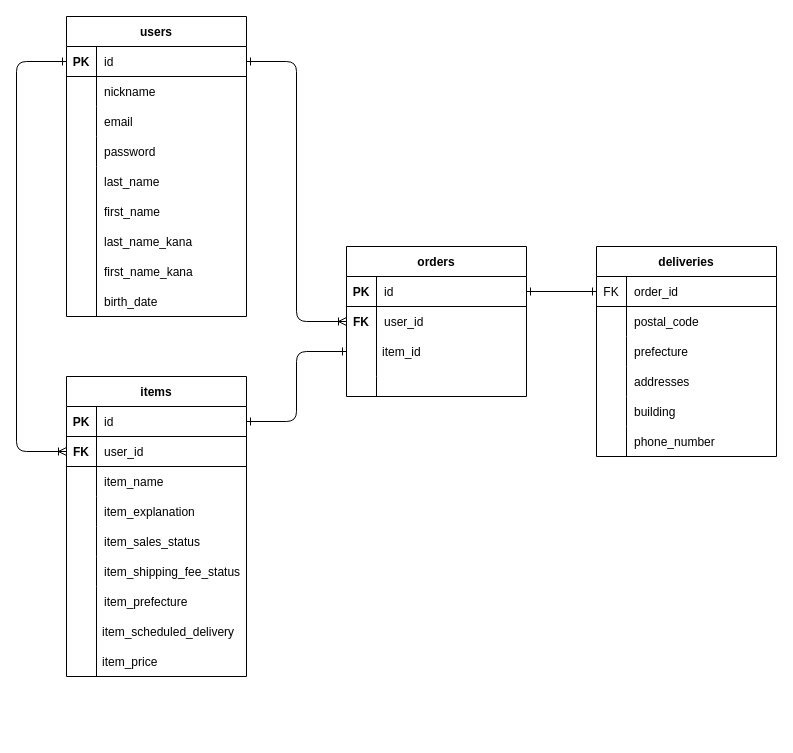
Earlier version of the draw.io diagram furima-40150.dio (Kinoken0413/furima-40150). Source tidied: cells renumbered, new cells numbered last; positions are measured from the earlier drawing's top-left corner, leaving out a move shared by most shapes. Both pictures are drawn from the tidied source at 100%, with x=0, y=0 at pixel (16, 16).
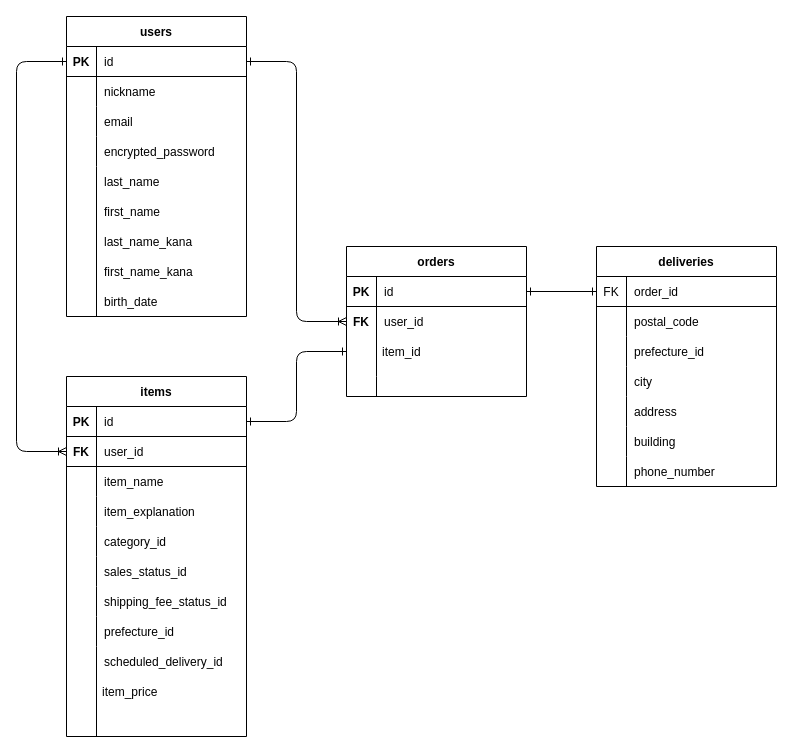
The same page after the edit.

The change refers to these unchanged cells:
```xml
<mxCell id="12" style="shape=tableRow;horizontal=0;startSize=0;swimlaneHead=0;swimlaneBody=0;fillColor=none;top=0;left=0;right=0;bottom=0;" parent="2" vertex="1">
  <mxGeometry y="120" width="180" height="30" as="geometry" />
</mxCell>
<mxCell id="50" style="shape=tableRow;horizontal=0;startSize=0;swimlaneHead=0;swimlaneBody=0;fillColor=none;top=0;left=0;right=0;bottom=0;" parent="43" vertex="1">
  <mxGeometry y="90" width="180" height="30" as="geometry" />
</mxCell>
```

What changed in the source:
```diff
@@
-    <mxCell id="14" value="password" style="shape=partialRectangle;fillColor=none;top=0;left=0;bottom=0;right=0;align=left;spacingLeft=6;overflow=hidden;" parent="12" vertex="1">
+    <mxCell id="14" value="encrypted_password" style="shape=partialRectangle;fillColor=none;top=0;left=0;bottom=0;right=0;align=left;spacingLeft=6;overflow=hidden;" parent="12" vertex="1">
       <mxGeometry x="30" width="150" height="30" as="geometry" />
     </mxCell>
@@
     <mxCell id="18" value="items" style="shape=table;startSize=30;childLayout=tableLayout;rowLines=0;fontStyle=1;align=center;" parent="1" vertex="1">
-      <mxGeometry x="50" y="360" width="180" height="300" as="geometry" />
+      <mxGeometry x="50" y="360" width="180" height="360" as="geometry" />
     </mxCell>
@@
+    <mxCell id="95" style="shape=tableRow;horizontal=0;startSize=0;swimlaneHead=0;swimlaneBody=0;fillColor=none;top=0;left=0;right=0;bottom=0;" parent="18" vertex="1">
+      <mxGeometry y="150" width="180" height="30" as="geometry" />
+    </mxCell>
+    <mxCell id="96" style="shape=partialRectangle;fillColor=none;top=0;left=0;bottom=0;right=0;overflow=hidden;" parent="95" vertex="1">
+      <mxGeometry width="30" height="30" as="geometry" />
+    </mxCell>
+    <mxCell id="97" value="category_id" style="shape=partialRectangle;fillColor=none;top=0;left=0;bottom=0;right=0;align=left;spacingLeft=6;overflow=hidden;" parent="95" vertex="1">
+      <mxGeometry x="30" width="150" height="30" as="geometry" />
+    </mxCell>
     <mxCell id="31" style="shape=tableRow;horizontal=0;startSize=0;swimlaneHead=0;swimlaneBody=0;fillColor=none;top=0;left=0;right=0;bottom=0;" parent="18" vertex="1">
-      <mxGeometry y="150" width="180" height="30" as="geometry" />
+      <mxGeometry y="180" width="180" height="30" as="geometry" />
     </mxCell>
@@
-    <mxCell id="33" value="item_sales_status" style="shape=partialRectangle;fillColor=none;top=0;left=0;bottom=0;right=0;align=left;spacingLeft=6;overflow=hidden;" parent="31" vertex="1">
+    <mxCell id="33" value="sales_status_id" style="shape=partialRectangle;fillColor=none;top=0;left=0;bottom=0;right=0;align=left;spacingLeft=6;overflow=hidden;" parent="31" vertex="1">
       <mxGeometry x="30" width="150" height="30" as="geometry" />
     </mxCell>
     <mxCell id="34" style="shape=tableRow;horizontal=0;startSize=0;swimlaneHead=0;swimlaneBody=0;fillColor=none;top=0;left=0;right=0;bottom=0;" parent="18" vertex="1">
-      <mxGeometry y="180" width="180" height="30" as="geometry" />
+      <mxGeometry y="210" width="180" height="30" as="geometry" />
     </mxCell>
@@
-    <mxCell id="36" value="item_shipping_fee_status" style="shape=partialRectangle;fillColor=none;top=0;left=0;bottom=0;right=0;align=left;spacingLeft=6;overflow=hidden;" parent="34" vertex="1">
+    <mxCell id="36" value="shipping_fee_status_id" style="shape=partialRectangle;fillColor=none;top=0;left=0;bottom=0;right=0;align=left;spacingLeft=6;overflow=hidden;" parent="34" vertex="1">
       <mxGeometry x="30" width="150" height="30" as="geometry" />
     </mxCell>
     <mxCell id="37" style="shape=tableRow;horizontal=0;startSize=0;swimlaneHead=0;swimlaneBody=0;fillColor=none;top=0;left=0;right=0;bottom=0;" parent="18" vertex="1">
-      <mxGeometry y="210" width="180" height="30" as="geometry" />
+      <mxGeometry y="240" width="180" height="30" as="geometry" />
     </mxCell>
@@
-    <mxCell id="39" value="item_prefecture" style="shape=partialRectangle;fillColor=none;top=0;left=0;bottom=0;right=0;align=left;spacingLeft=6;overflow=hidden;" parent="37" vertex="1">
+    <mxCell id="39" value="prefecture_id" style="shape=partialRectangle;fillColor=none;top=0;left=0;bottom=0;right=0;align=left;spacingLeft=6;overflow=hidden;" parent="37" vertex="1">
       <mxGeometry x="30" width="150" height="30" as="geometry" />
     </mxCell>
+    <mxCell id="98" style="shape=tableRow;horizontal=0;startSize=0;swimlaneHead=0;swimlaneBody=0;fillColor=none;top=0;left=0;right=0;bottom=0;" parent="18" vertex="1">
+      <mxGeometry y="270" width="180" height="30" as="geometry" />
+    </mxCell>
+    <mxCell id="99" style="shape=partialRectangle;fillColor=none;top=0;left=0;bottom=0;right=0;overflow=hidden;" parent="98" vertex="1">
+      <mxGeometry width="30" height="30" as="geometry" />
+    </mxCell>
+    <mxCell id="100" value="scheduled_delivery_id" style="shape=partialRectangle;fillColor=none;top=0;left=0;bottom=0;right=0;align=left;spacingLeft=6;overflow=hidden;" parent="98" vertex="1">
+      <mxGeometry x="30" width="150" height="30" as="geometry" />
+    </mxCell>
     <mxCell id="40" style="shape=tableRow;horizontal=0;startSize=0;swimlaneHead=0;swimlaneBody=0;fillColor=none;top=0;left=0;right=0;bottom=0;" parent="18" vertex="1">
-      <mxGeometry y="240" width="180" height="60" as="geometry" />
+      <mxGeometry y="300" width="180" height="60" as="geometry" />
     </mxCell>
@@
     <mxCell id="43" value="deliveries" style="shape=table;startSize=30;childLayout=tableLayout;rowLines=0;fontStyle=1;align=center;" parent="1" vertex="1">
-      <mxGeometry x="580" y="230" width="180" height="210" as="geometry" />
+      <mxGeometry x="580" y="230" width="180" height="240" as="geometry" />
     </mxCell>
@@
-    <mxCell id="52" value="prefecture" style="shape=partialRectangle;fillColor=none;top=0;left=0;bottom=0;right=0;align=left;spacingLeft=6;overflow=hidden;" parent="50" vertex="1">
+    <mxCell id="52" value="prefecture_id" style="shape=partialRectangle;fillColor=none;top=0;left=0;bottom=0;right=0;align=left;spacingLeft=6;overflow=hidden;" parent="50" vertex="1">
       <mxGeometry x="30" width="150" height="30" as="geometry" />
     </mxCell>
+    <mxCell id="101" style="shape=tableRow;horizontal=0;startSize=0;swimlaneHead=0;swimlaneBody=0;fillColor=none;top=0;left=0;right=0;bottom=0;" parent="43" vertex="1">
+      <mxGeometry y="120" width="180" height="30" as="geometry" />
+    </mxCell>
+    <mxCell id="102" style="shape=partialRectangle;fillColor=none;top=0;left=0;bottom=0;right=0;overflow=hidden;" parent="101" vertex="1">
+      <mxGeometry width="30" height="30" as="geometry" />
+    </mxCell>
+    <mxCell id="103" value="city" style="shape=partialRectangle;fillColor=none;top=0;left=0;bottom=0;right=0;align=left;spacingLeft=6;overflow=hidden;" parent="101" vertex="1">
+      <mxGeometry x="30" width="150" height="30" as="geometry" />
+    </mxCell>
     <mxCell id="53" style="shape=tableRow;horizontal=0;startSize=0;swimlaneHead=0;swimlaneBody=0;fillColor=none;top=0;left=0;right=0;bottom=0;" parent="43" vertex="1">
-      <mxGeometry y="120" width="180" height="30" as="geometry" />
+      <mxGeometry y="150" width="180" height="30" as="geometry" />
     </mxCell>
@@
-    <mxCell id="55" value="addresses" style="shape=partialRectangle;fillColor=none;top=0;left=0;bottom=0;right=0;align=left;spacingLeft=6;overflow=hidden;" parent="53" vertex="1">
+    <mxCell id="55" value="address" style="shape=partialRectangle;fillColor=none;top=0;left=0;bottom=0;right=0;align=left;spacingLeft=6;overflow=hidden;" parent="53" vertex="1">
       <mxGeometry x="30" width="150" height="30" as="geometry" />
     </mxCell>
     <mxCell id="56" style="shape=tableRow;horizontal=0;startSize=0;swimlaneHead=0;swimlaneBody=0;fillColor=none;top=0;left=0;right=0;bottom=0;" parent="43" vertex="1">
-      <mxGeometry y="150" width="180" height="30" as="geometry" />
+      <mxGeometry y="180" width="180" height="30" as="geometry" />
     </mxCell>
@@
     <mxCell id="59" style="shape=tableRow;horizontal=0;startSize=0;swimlaneHead=0;swimlaneBody=0;fillColor=none;top=0;left=0;right=0;bottom=0;" parent="43" vertex="1">
-      <mxGeometry y="180" width="180" height="30" as="geometry" />
+      <mxGeometry y="210" width="180" height="30" as="geometry" />
     </mxCell>
@@
-    <mxCell id="69" value="item_scheduled_delivery" style="shape=partialRectangle;fillColor=none;align=left;verticalAlign=middle;strokeColor=none;spacingLeft=34;" parent="1" vertex="1">
-      <mxGeometry x="50" y="600" width="180" height="30" as="geometry" />
-    </mxCell>
-    <mxCell id="70" style="shape=partialRectangle;top=0;left=0;bottom=0;fillColor=none;stokeWidth=1;dashed=1;align=left;verticalAlign=middle;spacingLeft=4;spacingRight=4;overflow=hidden;" parent="69" vertex="1">
-      <mxGeometry width="30" height="30" as="geometry" />
-    </mxCell>
     <mxCell id="71" value="item_price" style="shape=partialRectangle;fillColor=none;align=left;verticalAlign=middle;strokeColor=none;spacingLeft=34;" parent="1" vertex="1">
-      <mxGeometry x="50" y="630" width="180" height="30" as="geometry" />
+      <mxGeometry x="50" y="660" width="180" height="30" as="geometry" />
     </mxCell>
```
